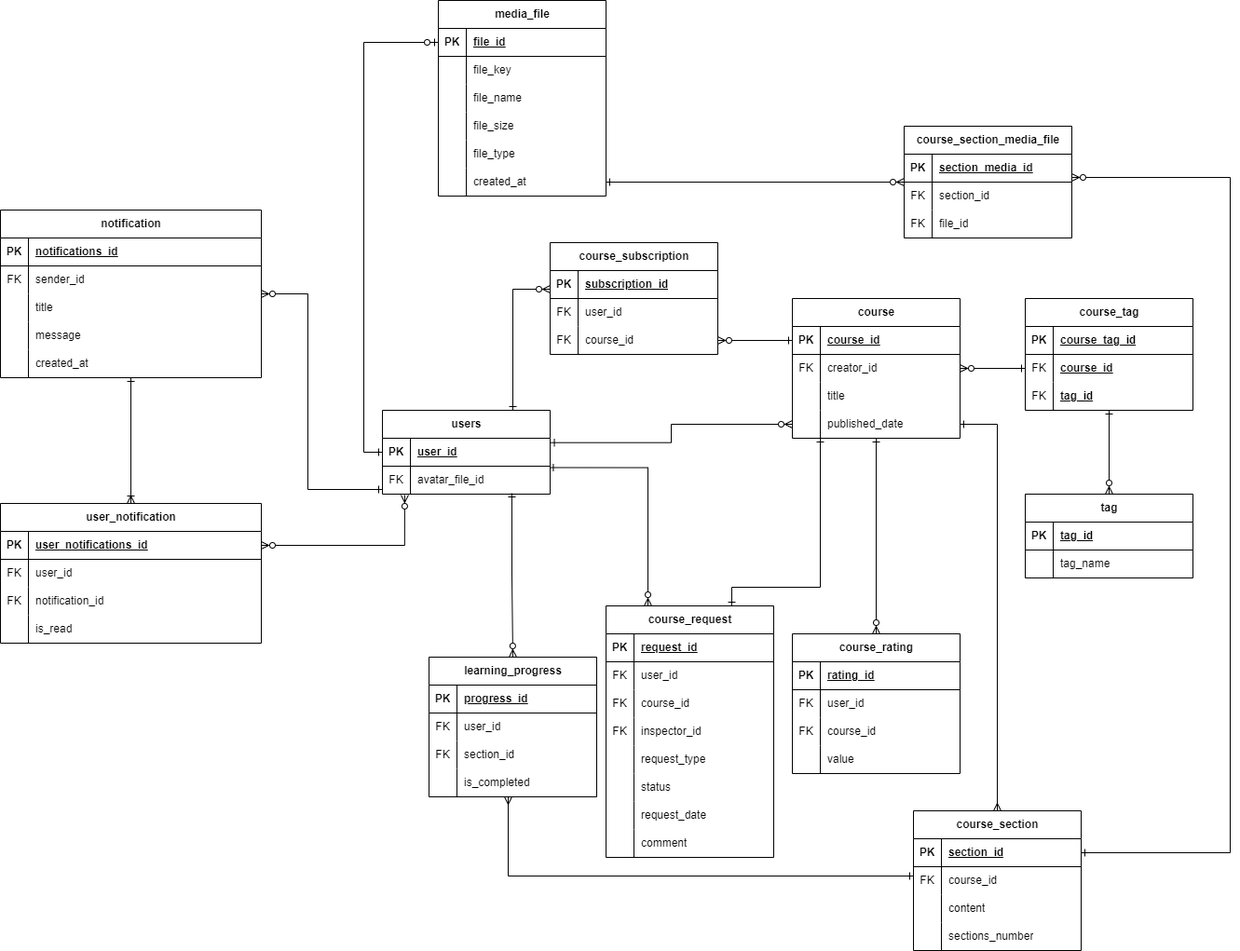
Before: diagrams/ER диаграмма (Entity Relations diagram)/ER diagram.png, a diagram exported from draw.io (sahland/9.5-Team). Source tidied: cells renumbered, new cells last; positions are measured from the earlier drawing's top-left corner, leaving out a move shared by most shapes.
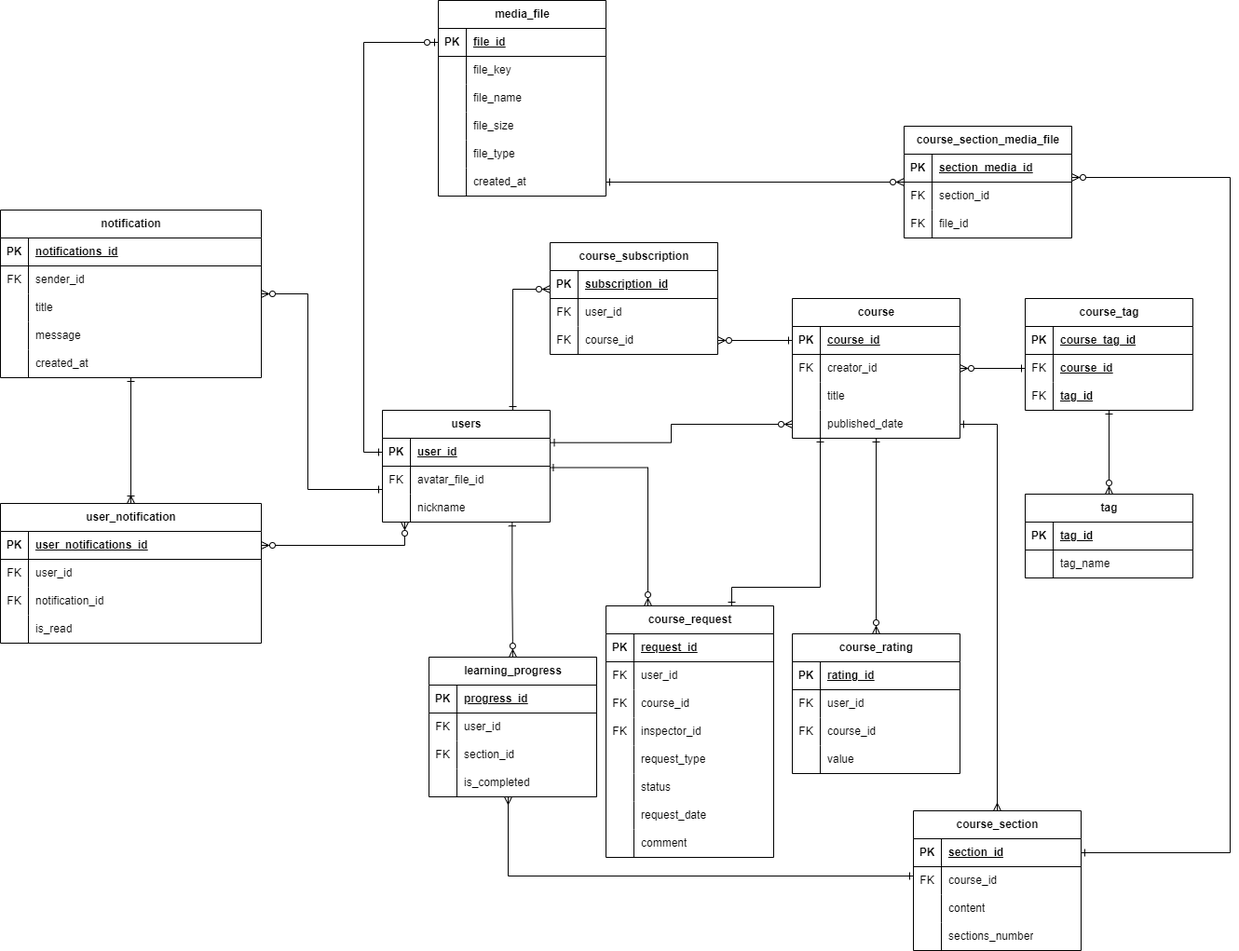
The same file after the commit.

Diff of the diagram source:
```diff
@@ -2,7 +2,7 @@
   <root>
     <mxCell id="0" />
     <mxCell id="1" parent="0" />
-    <mxCell id="2" style="edgeStyle=orthogonalEdgeStyle;rounded=0;jettySize=auto;html=1;startArrow=ERone;startFill=0;endArrow=ERzeroToMany;endFill=0;exitX=0.772;exitY=0.967;exitDx=0;exitDy=0;exitPerimeter=0;" parent="1" edge="1" source="10" target="65">
+    <mxCell id="2" style="edgeStyle=orthogonalEdgeStyle;rounded=0;jettySize=auto;html=1;startArrow=ERone;startFill=0;endArrow=ERzeroToMany;endFill=0;exitX=0.774;exitY=1.007;exitDx=0;exitDy=0;exitPerimeter=0;" parent="1" edge="1" source="188" target="65">
       <mxGeometry relative="1" as="geometry" />
     </mxCell>
     <mxCell id="3" style="edgeStyle=orthogonalEdgeStyle;rounded=0;jettySize=auto;html=1;startArrow=ERone;startFill=0;endArrow=ERzeroToMany;endFill=0;entryX=0.25;entryY=0;entryDx=0;entryDy=0;exitX=0.997;exitY=0.05;exitDx=0;exitDy=0;exitPerimeter=0;" parent="1" edge="1" source="10" target="79">
@@ -16,15 +16,16 @@
         </Array>
       </mxGeometry>
     </mxCell>
-    <mxCell id="5" style="edgeStyle=orthogonalEdgeStyle;rounded=0;jettySize=auto;html=1;startArrow=ERzeroToMany;startFill=0;endArrow=ERzeroToMany;endFill=0;entryX=1;entryY=0.5;entryDx=0;entryDy=0;exitX=0.133;exitY=1.033;exitDx=0;exitDy=0;exitPerimeter=0;" parent="1" edge="1" source="10" target="158">
+    <mxCell id="5" style="edgeStyle=orthogonalEdgeStyle;rounded=0;jettySize=auto;html=1;startArrow=ERzeroToMany;startFill=0;endArrow=ERzeroToMany;endFill=0;entryX=1;entryY=0.5;entryDx=0;entryDy=0;exitX=0.137;exitY=0.967;exitDx=0;exitDy=0;exitPerimeter=0;" parent="1" edge="1" target="158">
       <mxGeometry relative="1" as="geometry">
+        <mxPoint x="434" y="560" as="sourcePoint" />
         <Array as="points">
           <mxPoint x="434" y="585" />
         </Array>
       </mxGeometry>
     </mxCell>
     <mxCell id="6" value="users" style="shape=table;startSize=30;rowLines=0;fontStyle=1;align=center;html=1;" parent="1" vertex="1">
-      <mxGeometry x="410" y="440" width="180" height="90" as="geometry" />
+      <mxGeometry x="410" y="440" width="180" height="120" as="geometry" />
     </mxCell>
     <mxCell id="7" style="shape=tableRow;horizontal=0;startSize=0;swimlaneHead=0;swimlaneBody=0;fillColor=none;points=[[0,0.5],[1,0.5]];portConstraint=eastwest;top=0;left=0;right=0;bottom=1;" parent="6" vertex="1">
       <mxGeometry y="30" width="180" height="30" as="geometry" />
@@ -44,6 +45,15 @@
     <mxCell id="12" value="avatar_file_id" style="shape=partialRectangle;fillColor=none;top=0;left=0;bottom=0;right=0;align=left;spacingLeft=6;overflow=hidden;whiteSpace=wrap;html=1;" parent="10" vertex="1">
       <mxGeometry x="30" width="150" height="30" as="geometry" />
     </mxCell>
+    <mxCell id="188" style="shape=tableRow;horizontal=0;startSize=0;swimlaneHead=0;swimlaneBody=0;fillColor=none;points=[[0,0.5],[1,0.5]];portConstraint=eastwest;top=0;left=0;right=0;bottom=0;" parent="6" vertex="1">
+      <mxGeometry y="90" width="180" height="30" as="geometry" />
+    </mxCell>
+    <mxCell id="189" style="shape=partialRectangle;fillColor=none;top=0;left=0;bottom=0;right=0;overflow=hidden;whiteSpace=wrap;html=1;" parent="188" vertex="1">
+      <mxGeometry width="30" height="30" as="geometry" />
+    </mxCell>
+    <mxCell id="190" value="nickname" style="shape=partialRectangle;fillColor=none;top=0;left=0;bottom=0;right=0;align=left;spacingLeft=6;overflow=hidden;whiteSpace=wrap;html=1;" parent="188" vertex="1">
+      <mxGeometry x="30" width="150" height="30" as="geometry" />
+    </mxCell>
     <mxCell id="13" style="edgeStyle=orthogonalEdgeStyle;rounded=0;jettySize=auto;html=1;entryX=0.5;entryY=0;entryDx=0;entryDy=0;startArrow=ERone;startFill=0;endArrow=ERzeroToMany;endFill=0;" parent="1" edge="1" source="16" target="42">
       <mxGeometry relative="1" as="geometry" />
     </mxCell>
```
